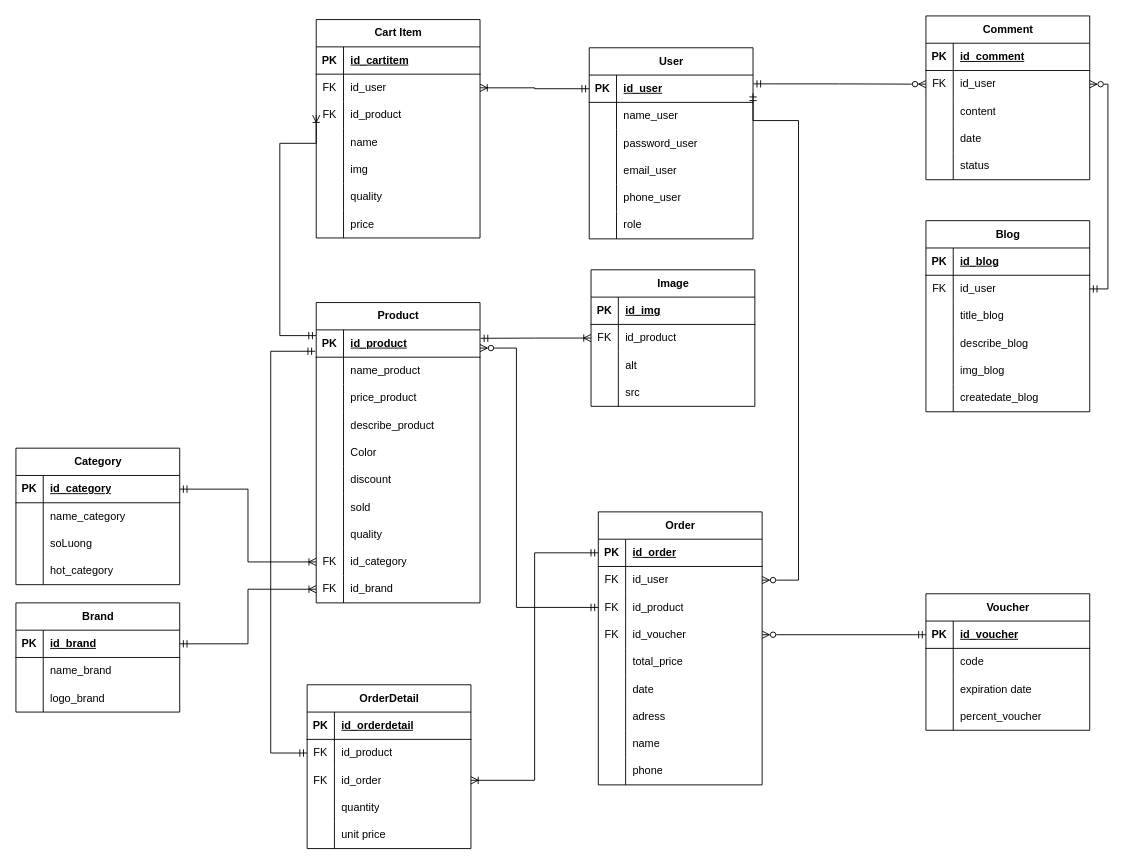
Before: Untitled Diagram.drawio in Blion00/Blion00, a draw.io diagram. Source tidied: cells renumbered, new cells numbered last; positions are measured from the earlier drawing's top-left corner, leaving out a move shared by most shapes. Both pictures are drawn from the tidied source at 91%, with x=0, y=0 at pixel (15, 15).
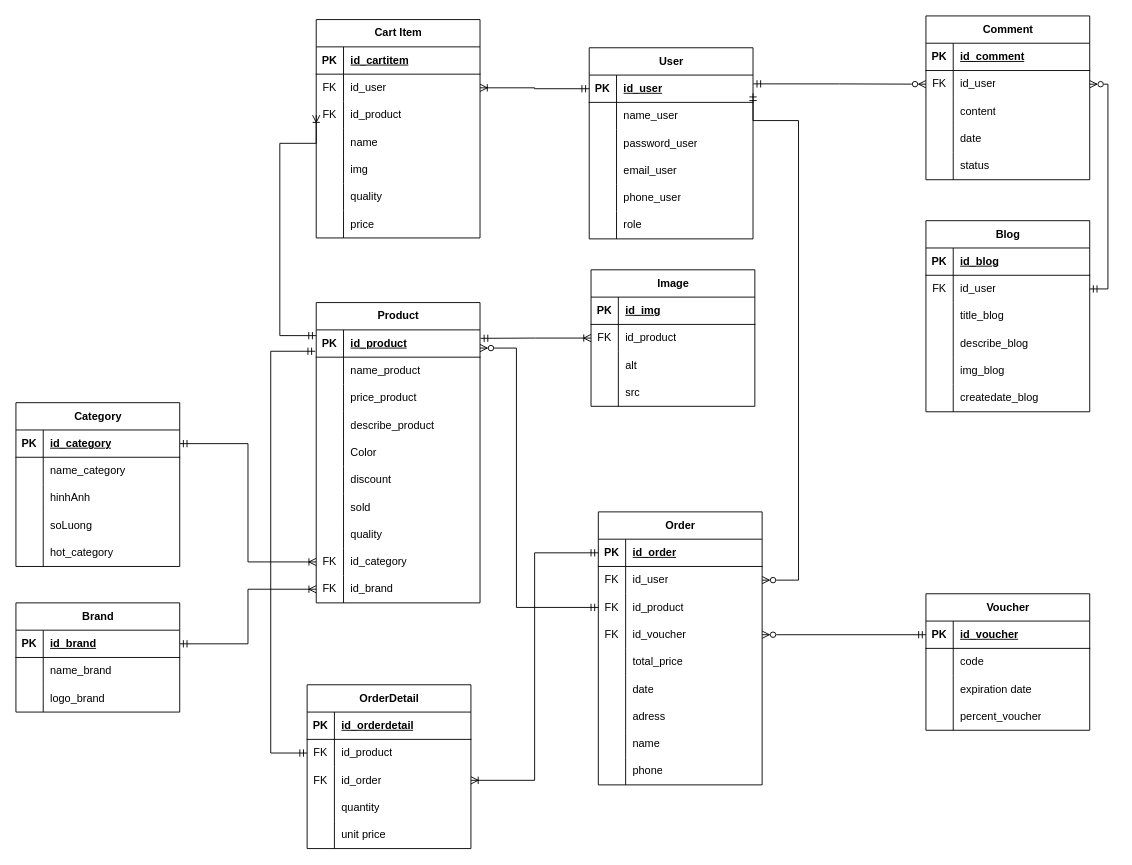
The same diagram, later.

The edit, as a diff of the source:
```diff
@@
     <mxCell id="33" value="Category" style="shape=table;startSize=30;childLayout=tableLayout;rowLines=0;fontStyle=1;align=center;html=1;" parent="1" vertex="1">
-      <mxGeometry y="475" width="180" height="150" as="geometry" />
+      <mxGeometry y="425" width="180" height="180" as="geometry" />
     </mxCell>
@@
+    <mxCell id="214" style="shape=tableRow;horizontal=0;startSize=0;swimlaneHead=0;swimlaneBody=0;fillColor=none;top=0;left=0;right=0;bottom=0;" parent="33" vertex="1">
+      <mxGeometry y="90" width="180" height="30" as="geometry" />
+    </mxCell>
+    <mxCell id="215" style="shape=partialRectangle;fillColor=none;top=0;left=0;bottom=0;right=0;overflow=hidden;whiteSpace=wrap;html=1;" parent="214" vertex="1">
+      <mxGeometry width="30" height="30" as="geometry" />
+    </mxCell>
+    <mxCell id="216" value="hinhAnh" style="shape=partialRectangle;fillColor=none;top=0;left=0;bottom=0;right=0;align=left;spacingLeft=6;overflow=hidden;whiteSpace=wrap;html=1;" parent="214" vertex="1">
+      <mxGeometry x="30" width="150" height="30" as="geometry" />
+    </mxCell>
     <mxCell id="40" style="shape=tableRow;horizontal=0;startSize=0;swimlaneHead=0;swimlaneBody=0;fillColor=none;top=0;left=0;right=0;bottom=0;" parent="33" vertex="1">
-      <mxGeometry y="90" width="180" height="30" as="geometry" />
+      <mxGeometry y="120" width="180" height="30" as="geometry" />
     </mxCell>
@@
     <mxCell id="43" style="shape=tableRow;horizontal=0;startSize=0;swimlaneHead=0;swimlaneBody=0;fillColor=none;top=0;left=0;right=0;bottom=0;" parent="33" vertex="1">
-      <mxGeometry y="120" width="180" height="30" as="geometry" />
+      <mxGeometry y="150" width="180" height="30" as="geometry" />
     </mxCell>
```
